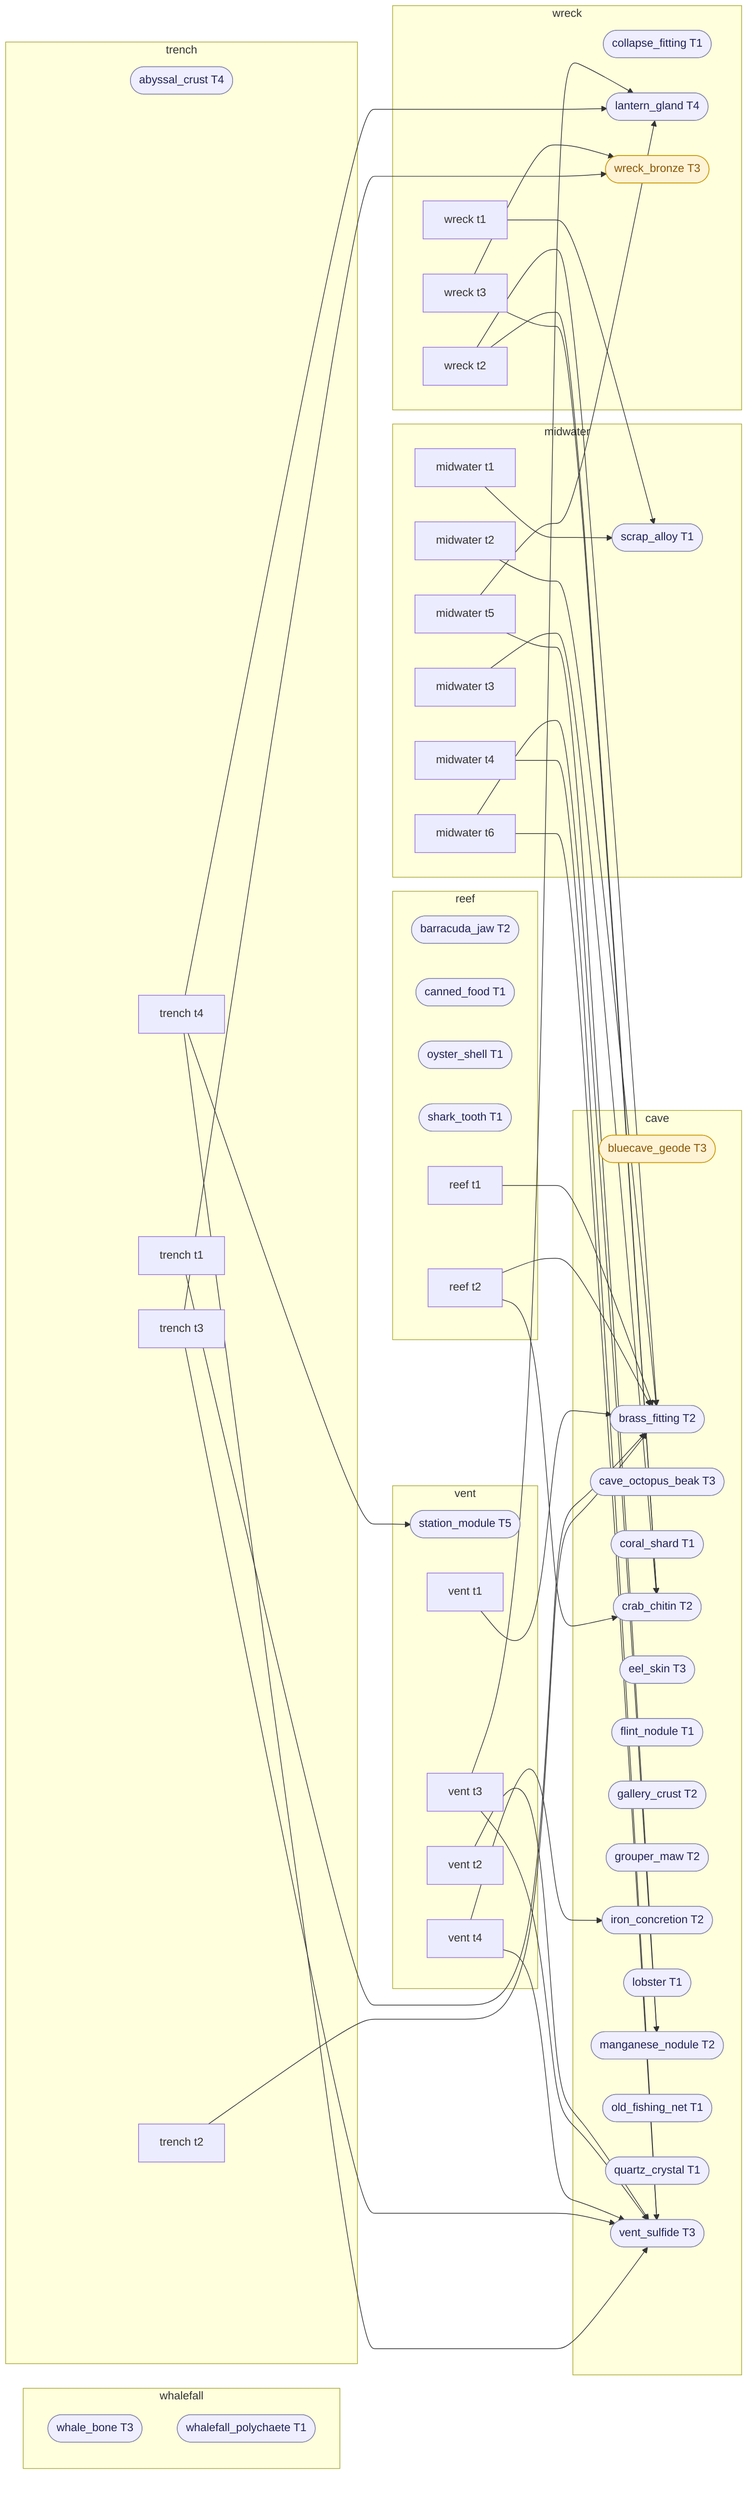
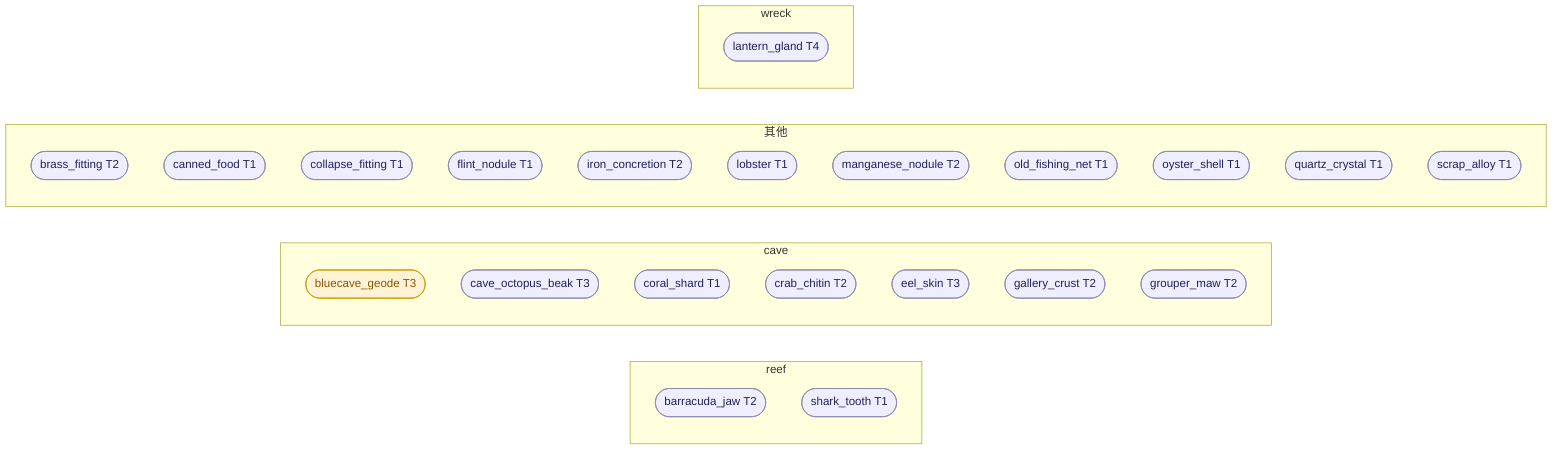
%% 自动生成·勿手改——`node scripts/emit-economy-graph.mjs --write` 再生（见 scripts/lib/economy-dag.mjs）
%% 边 = 建造 --需要--> 材料；红 = 违反 F1/F2/F4 硬门·琥珀 = F5 软警告（详情跑 npm run regress --only economy）
flowchart LR
  classDef bad fill:#fdd,stroke:#c00,stroke-width:2px,color:#900;
  classDef warn fill:#fff3d6,stroke:#c90,stroke-width:1px,color:#850;
  classDef mat fill:#eef,stroke:#88a,color:#225;
-   subgraph midwater["midwater"]
-     item_scrap_alloy(["scrap_alloy T1"]):::mat
-     depth_columns_col_midwater_t1["midwater t1"]
-     depth_columns_col_midwater_t2["midwater t2"]
-     depth_columns_col_midwater_t3["midwater t3"]
-     depth_columns_col_midwater_t4["midwater t4"]
-     depth_columns_col_midwater_t5["midwater t5"]
-     depth_columns_col_midwater_t6["midwater t6"]
-   end
  subgraph reef["reef"]
    item_barracuda_jaw(["barracuda_jaw T2"]):::mat
-     item_canned_food(["canned_food T1"]):::mat
-     item_oyster_shell(["oyster_shell T1"]):::mat
    item_shark_tooth(["shark_tooth T1"]):::mat
-     depth_columns_col_home_t1["reef t1"]
-     depth_columns_col_home_t2["reef t2"]
-   end
-   subgraph whalefall["whalefall"]
-     item_whale_bone(["whale_bone T3"]):::mat
-     item_whalefall_polychaete(["whalefall_polychaete T1"]):::mat
  end
  subgraph cave["cave"]
    item_bluecave_geode(["bluecave_geode T3"]):::warn
-     item_brass_fitting(["brass_fitting T2"]):::mat
    item_cave_octopus_beak(["cave_octopus_beak T3"]):::mat
    item_coral_shard(["coral_shard T1"]):::mat
    item_crab_chitin(["crab_chitin T2"]):::mat
    item_eel_skin(["eel_skin T3"]):::mat
-     item_flint_nodule(["flint_nodule T1"]):::mat
    item_gallery_crust(["gallery_crust T2"]):::mat
    item_grouper_maw(["grouper_maw T2"]):::mat
+   end
+   subgraph __["其他"]
+     item_brass_fitting(["brass_fitting T2"]):::mat
+     item_canned_food(["canned_food T1"]):::mat
+     item_collapse_fitting(["collapse_fitting T1"]):::mat
+     item_flint_nodule(["flint_nodule T1"]):::mat
    item_iron_concretion(["iron_concretion T2"]):::mat
    item_lobster(["lobster T1"]):::mat
    item_manganese_nodule(["manganese_nodule T2"]):::mat
    item_old_fishing_net(["old_fishing_net T1"]):::mat
+     item_oyster_shell(["oyster_shell T1"]):::mat
    item_quartz_crystal(["quartz_crystal T1"]):::mat
-     item_vent_sulfide(["vent_sulfide T3"]):::mat
+     item_scrap_alloy(["scrap_alloy T1"]):::mat
  end
  subgraph wreck["wreck"]
-     item_collapse_fitting(["collapse_fitting T1"]):::mat
    item_lantern_gland(["lantern_gland T4"]):::mat
-     item_wreck_bronze(["wreck_bronze T3"]):::warn
-     depth_columns_col_wreck_t1["wreck t1"]
-     depth_columns_col_wreck_t2["wreck t2"]
-     depth_columns_col_wreck_t3["wreck t3"]
  end
-   subgraph vent["vent"]
-     item_station_module(["station_module T5"]):::mat
-     depth_columns_col_vent_t1["vent t1"]
-     depth_columns_col_vent_t2["vent t2"]
-     depth_columns_col_vent_t3["vent t3"]
-     depth_columns_col_vent_t4["vent t4"]
-   end
-   subgraph trench["trench"]
-     item_abyssal_crust(["abyssal_crust T4"]):::mat
-     depth_columns_col_trench_t1["trench t1"]
-     depth_columns_col_trench_t2["trench t2"]
-     depth_columns_col_trench_t3["trench t3"]
-     depth_columns_col_trench_t4["trench t4"]
-   end
-   depth_columns_col_home_t1 --> item_brass_fitting
-   depth_columns_col_home_t2 --> item_brass_fitting
-   depth_columns_col_home_t2 --> item_crab_chitin
-   depth_columns_col_wreck_t1 --> item_scrap_alloy
-   depth_columns_col_wreck_t2 --> item_brass_fitting
-   depth_columns_col_wreck_t2 --> item_crab_chitin
-   depth_columns_col_wreck_t3 --> item_crab_chitin
-   depth_columns_col_wreck_t3 --> item_wreck_bronze
-   depth_columns_col_midwater_t1 --> item_scrap_alloy
-   depth_columns_col_midwater_t2 --> item_brass_fitting
-   depth_columns_col_midwater_t3 --> item_crab_chitin
-   depth_columns_col_midwater_t4 --> item_vent_sulfide
-   depth_columns_col_midwater_t5 --> item_manganese_nodule
-   depth_columns_col_midwater_t5 --> item_lantern_gland
-   depth_columns_col_midwater_t6 --> item_manganese_nodule
-   depth_columns_col_midwater_t6 --> item_vent_sulfide
-   depth_columns_col_vent_t1 --> item_brass_fitting
-   depth_columns_col_vent_t2 --> item_vent_sulfide
-   depth_columns_col_vent_t3 --> item_lantern_gland
-   depth_columns_col_vent_t3 --> item_vent_sulfide
-   depth_columns_col_vent_t4 --> item_vent_sulfide
-   depth_columns_col_vent_t4 --> item_iron_concretion
-   depth_columns_col_trench_t1 --> item_brass_fitting
-   depth_columns_col_trench_t2 --> item_brass_fitting
-   depth_columns_col_trench_t3 --> item_wreck_bronze
-   depth_columns_col_trench_t3 --> item_vent_sulfide
-   depth_columns_col_trench_t4 --> item_station_module
-   depth_columns_col_trench_t4 --> item_vent_sulfide
-   depth_columns_col_trench_t4 --> item_lantern_gland
